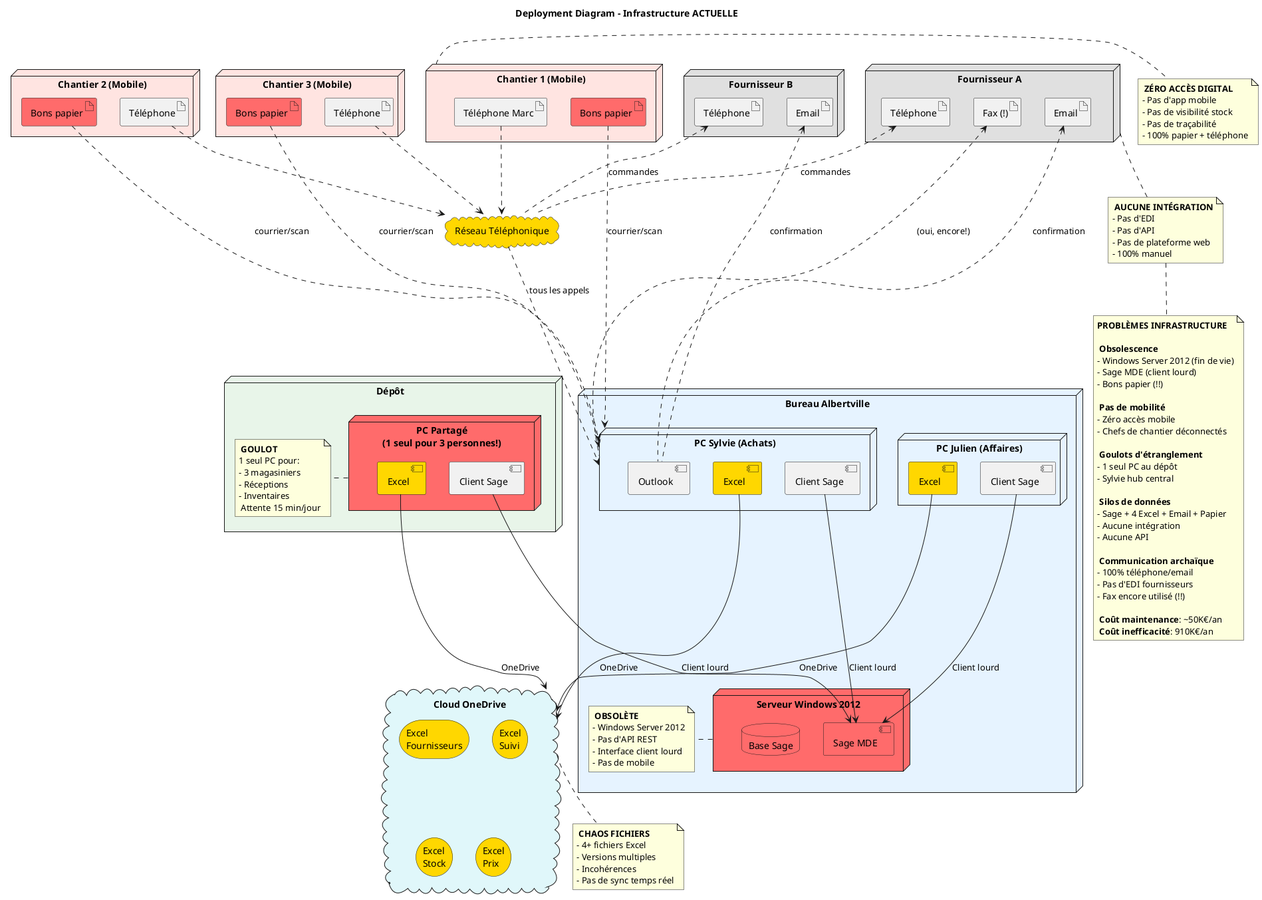
Above: Achats-Logistique/uml/Deployment_Infrastructure.png in JordanSerafini/Audit_Duret (PlantUML), before the change. The source it was exported from:
```plantuml
@startuml Deployment_Infrastructure

title Deployment Diagram - Infrastructure ACTUELLE

node "Chantier 1 (Mobile)" as Chantier1 #FFE4E1 {
  artifact "📱 Téléphone Marc" as TelMarc1
  artifact "📄 Bons papier" as PaperMarc1 #FF6B6B
}

node "Chantier 2 (Mobile)" as Chantier2 #FFE4E1 {
  artifact "📱 Téléphone" as TelMarc2
  artifact "📄 Bons papier" as PaperMarc2 #FF6B6B
}

node "Chantier 3 (Mobile)" as Chantier3 #FFE4E1 {
  artifact "📱 Téléphone" as TelMarc3
  artifact "📄 Bons papier" as PaperMarc3 #FF6B6B
}

note right of Chantier1
  🔴 **ZÉRO ACCÈS DIGITAL**
  - Pas d'app mobile
  - Pas de visibilité stock
  - Pas de traçabilité
  - 100% papier + téléphone
end note

cloud "Réseau Téléphonique" as Tel #FFD700 {
}

node "Bureau Albertville" as Bureau #E6F3FF {

  node "Serveur Windows 2012" as Server #FF6B6B {
    component "Sage MDE" as SageMDE #FF6B6B
    database "Base Sage" as DBSage #FF6B6B
  }

  note right of Server
    ⚠️ **OBSOLÈTE**
    - Windows Server 2012
    - Pas d'API REST
    - Interface client lourd
    - Pas de mobile
  end note

  node "PC Sylvie (Achats)" as PCSylvie {
    component "Client Sage" as ClientSage1
    component "Excel" as Excel1 #FFD700
    component "Outlook" as Outlook1
  }

  node "PC Julien (Affaires)" as PCJulien {
    component "Client Sage" as ClientSage2
    component "Excel" as Excel2 #FFD700
  }
}

node "Dépôt" as Depot #E8F5E9 {
  node "PC Partagé\n(1 seul pour 3 personnes!)" as PCDepot #FF6B6B {
    component "Client Sage" as ClientSage3
    component "Excel" as Excel3 #FFD700
  }

  note right of PCDepot
    🔴 **GOULOT**
    1 seul PC pour:
    - 3 magasiniers
    - Réceptions
    - Inventaires
    ⏰ Attente 15 min/jour
  end note
}

cloud "Cloud OneDrive" as Cloud #E0F7FA {
  storage "Excel\nFournisseurs" as ExcelCloud1 #FFD700
  storage "Excel\nSuivi" as ExcelCloud2 #FFD700
  storage "Excel\nStock" as ExcelCloud3 #FFD700
  storage "Excel\nPrix" as ExcelCloud4 #FFD700
}

note bottom of Cloud
  🔴 **CHAOS FICHIERS**
  - 4+ fichiers Excel
  - Versions multiples
  - Incohérences
  - Pas de sync temps réel
end note

node "Fournisseur A" as F1 #E0E0E0 {
  artifact "📞 Téléphone" as TelF1
  artifact "📧 Email" as EmailF1
  artifact "📠 Fax (!)" as FaxF1
}

node "Fournisseur B" as F2 #E0E0E0 {
  artifact "📞 Téléphone" as TelF2
  artifact "📧 Email" as EmailF2
}

note bottom of F1
  🔴 **AUCUNE INTÉGRATION**
  - Pas d'EDI
  - Pas d'API
  - Pas de plateforme web
  - 100% manuel
end note

TelMarc1 ..> Tel
TelMarc2 ..> Tel
TelMarc3 ..> Tel
PaperMarc1 .down.> PCSylvie : courrier/scan
PaperMarc2 .down.> PCSylvie : courrier/scan
PaperMarc3 .down.> PCSylvie : courrier/scan

Tel .down.> PCSylvie : tous les appels

ClientSage1 --> SageMDE : Client lourd
ClientSage2 --> SageMDE : Client lourd

Excel1 --> Cloud : OneDrive
Excel2 --> Cloud : OneDrive

ClientSage3 --> SageMDE : Client lourd
Excel3 --> Cloud : OneDrive

Outlook1 .up.> EmailF1 : confirmation
Outlook1 .up.> EmailF2 : confirmation
Tel .up.> TelF1 : commandes
Tel .up.> TelF2 : commandes
PCSylvie .up.> FaxF1 : (oui, encore!)

note bottom
  **PROBLÈMES INFRASTRUCTURE**

  🔴 **Obsolescence**
  - Windows Server 2012 (fin de vie)
  - Sage MDE (client lourd)
  - Bons papier (!!)

  🔴 **Pas de mobilité**
  - Zéro accès mobile
  - Chefs de chantier déconnectés

  🔴 **Goulots d'étranglement**
  - 1 seul PC au dépôt
  - Sylvie hub central

  🔴 **Silos de données**
  - Sage + 4 Excel + Email + Papier
  - Aucune intégration
  - Aucune API

  🔴 **Communication archaïque**
  - 100% téléphone/email
  - Pas d'EDI fournisseurs
  - Fax encore utilisé (!!)

  💰 **Coût maintenance**: ~50K€/an
  💰 **Coût inefficacité**: 910K€/an
end note

@enduml
```
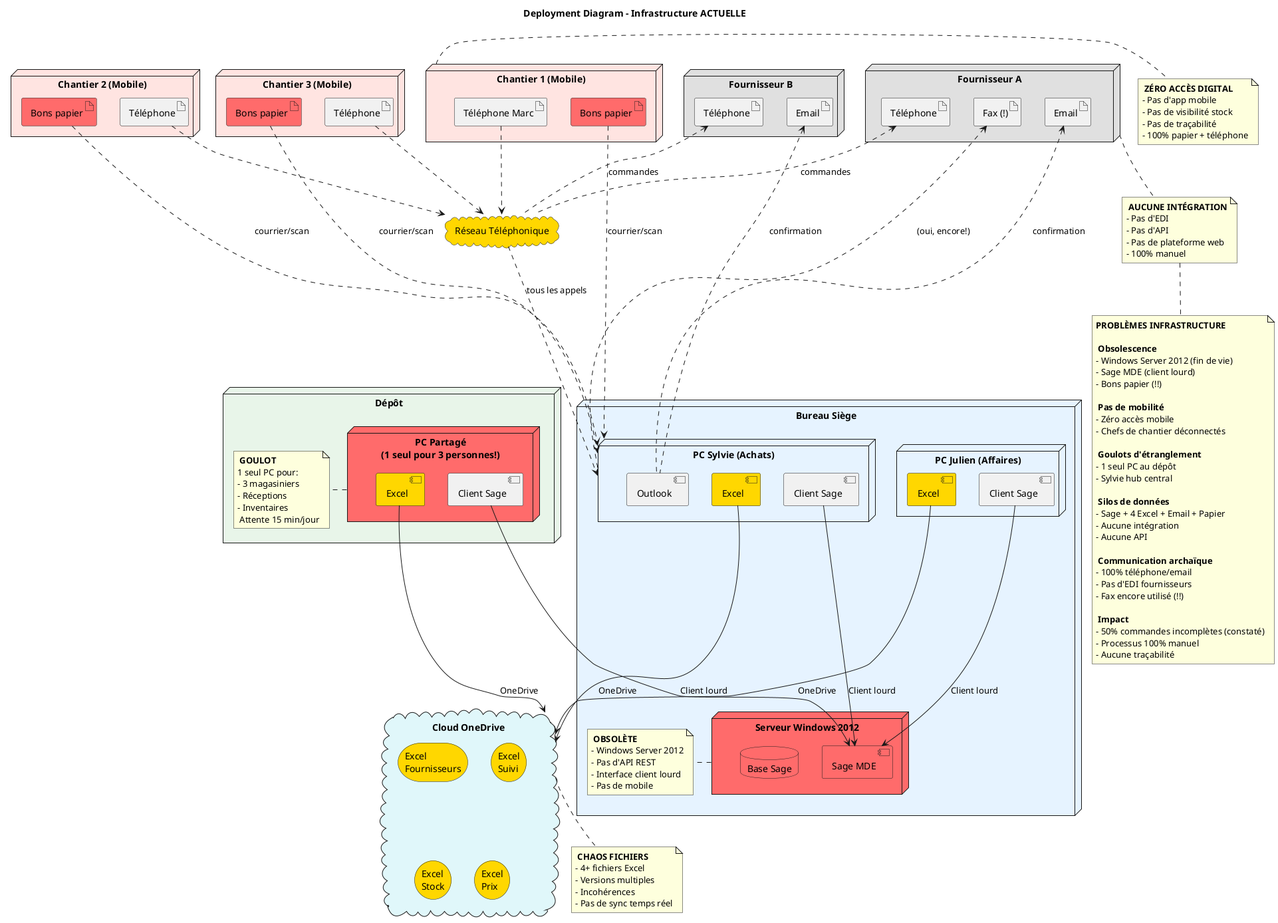
Later version of the same file.

Diff of the diagram source:
```diff
@@ -28,7 +28,7 @@
 cloud "Réseau Téléphonique" as Tel #FFD700 {
 }
 
-node "Bureau Albertville" as Bureau #E6F3FF {
+node "Bureau Siège" as Bureau #E6F3FF {
 
   node "Serveur Windows 2012" as Server #FF6B6B {
     component "Sage MDE" as SageMDE #FF6B6B
@@ -155,8 +155,10 @@
   - Pas d'EDI fournisseurs
   - Fax encore utilisé (!!)
 
-  💰 **Coût maintenance**: ~50K€/an
-  💰 **Coût inefficacité**: 910K€/an
+  🔴 **Impact**
+  - 50% commandes incomplètes (constaté)
+  - Processus 100% manuel
+  - Aucune traçabilité
 end note
 
 @enduml
```
